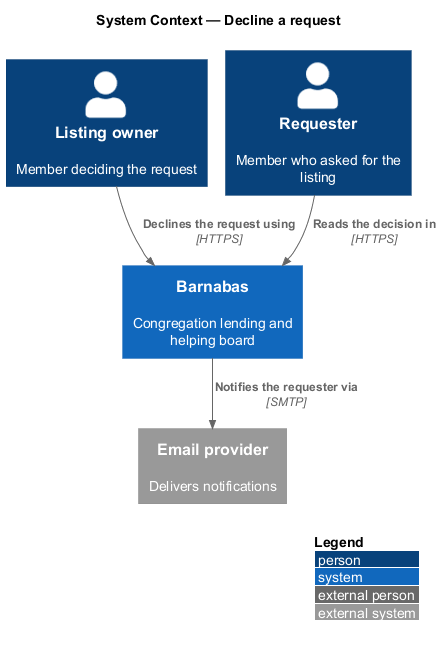
Earlier version of the PlantUML export docs/detailed-designs/requests/decline-a-request/diagrams/c4-context.png (QuinntyneBrown/Barnabas). The source it was exported from:
```plantuml
@startuml
!pragma layout smetana
!include <C4/C4_Context>
LAYOUT_WITH_LEGEND()
title System Context — Decline a request

Person(owner, "Listing owner", "Member deciding the request")
Person(requester, "Requester", "Member who asked for the listing")
System(barnabas, "Barnabas", "Congregation lending and helping board")
System_Ext(email, "Email provider", "Delivers notifications")

Rel(owner, barnabas, "Declines the request using", "HTTPS")
Rel(barnabas, email, "Notifies the requester via", "SMTP")
Rel(requester, barnabas, "Reads the decision in", "HTTPS")
@enduml
```
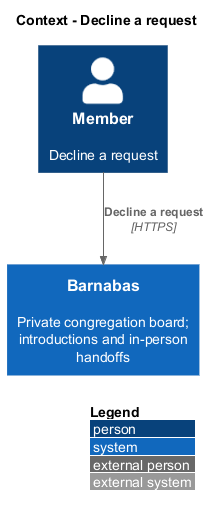
After the commit.

What changed in the source:
```diff
@@ -1,15 +1,8 @@
 @startuml
-!pragma layout smetana
 !include <C4/C4_Context>
 LAYOUT_WITH_LEGEND()
-title System Context — Decline a request
-
-Person(owner, "Listing owner", "Member deciding the request")
-Person(requester, "Requester", "Member who asked for the listing")
-System(barnabas, "Barnabas", "Congregation lending and helping board")
-System_Ext(email, "Email provider", "Delivers notifications")
-
-Rel(owner, barnabas, "Declines the request using", "HTTPS")
-Rel(barnabas, email, "Notifies the requester via", "SMTP")
-Rel(requester, barnabas, "Reads the decision in", "HTTPS")
+title Context - Decline a request
+Person(actor, "Member", "Decline a request")
+System(barnabas, "Barnabas", "Private congregation board; introductions and in-person handoffs")
+Rel(actor, barnabas, "Decline a request", "HTTPS")
 @enduml
```
